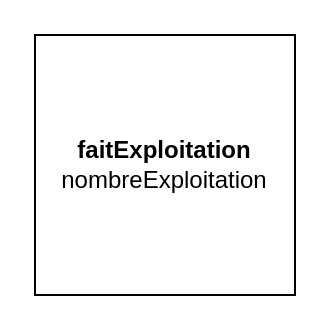
Above: magasinT03.drawio in matthCarlini/model (draw.io), before the change. Source tidied: cells renumbered, new cells numbered last; positions are measured from the earlier drawing's top-left corner, leaving out a move shared by most shapes. Both pictures are drawn from the tidied source at 200%, with x=0, y=0 at pixel (34, 34).
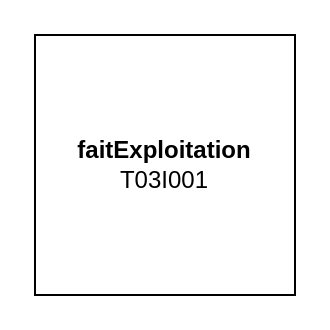
The same diagram, later.

What changed in the source:
```diff
@@
 <mxGraphModel>
   <root>
     <mxCell id="0" />
     <mxCell id="1" parent="0" />
-    <mxCell id="2" value="&lt;div&gt;&lt;b&gt;faitExploitation&lt;/b&gt;&lt;/div&gt;&lt;div&gt;nombreExploitation&lt;br&gt;&lt;/div&gt;" style="whiteSpace=wrap;html=1;" parent="1" vertex="1">
+    <mxCell id="2" value="&lt;div&gt;&lt;b&gt;faitExploitation&lt;/b&gt;&lt;/div&gt;&lt;div&gt;T03I001&lt;br&gt;&lt;/div&gt;" style="whiteSpace=wrap;html=1;" parent="1" vertex="1">
       <mxGeometry width="130" height="130" as="geometry" />
     </mxCell>
   </root>
 </mxGraphModel>
```
